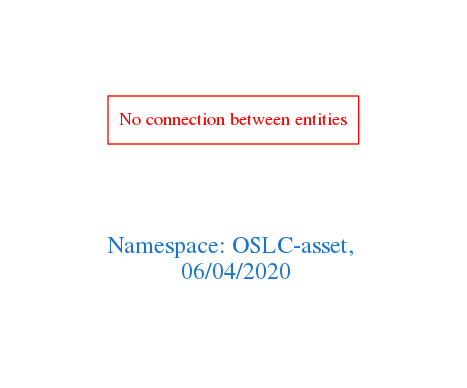
Before: downloads/OSLC-asset.png, a diagram exported from Graphviz (arago/OGIT). Its source is kept beside it as downloads/OSLC-asset.dot.
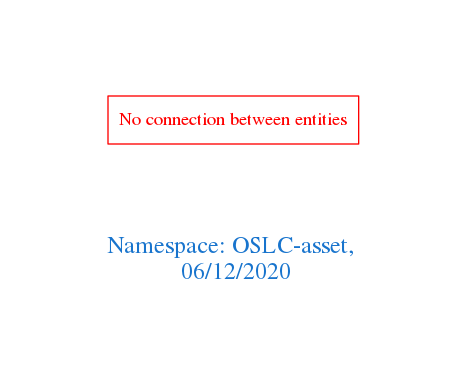
The same file after the commit.

The edit, as a diff of the source:
```diff
@@ -1,7 +1,7 @@
 digraph OGIT_ontology {
  graph [ rankdir= LR,pad=1
 fontsize = 18,
-fontcolor= dodgerblue3,label = "\n\n\nNamespace: OSLC-asset, \n 06/04/2020"];
+fontcolor= dodgerblue3,label = "\n\n\nNamespace: OSLC-asset, \n 06/12/2020"];
 node[shape=polygon];
 edge [  color="gray81"];
 
```
